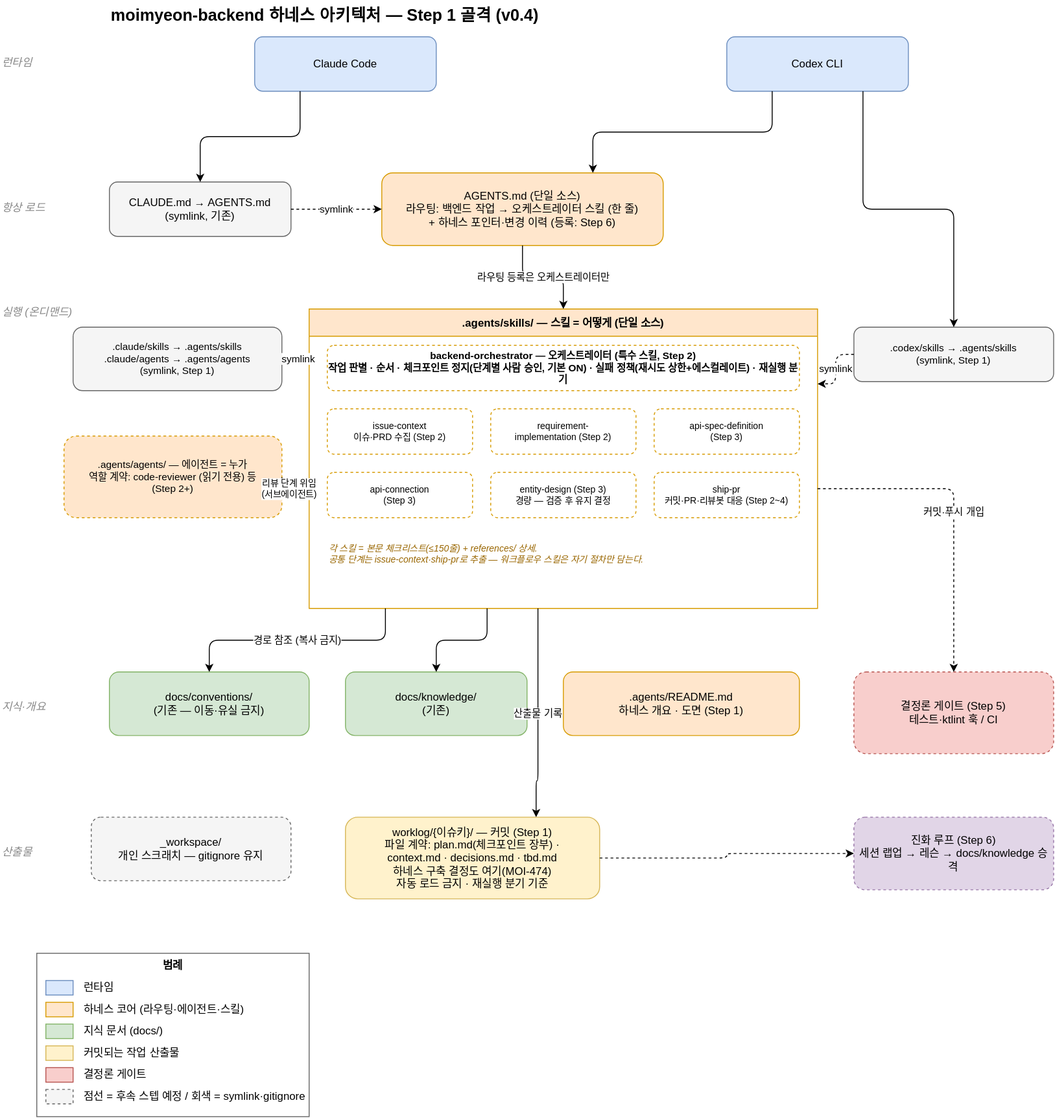
Earlier version of the draw.io export .agents/harness-architecture.drawio.svg (100Thieves-team/moimyeon-backend). Source tidied: cells renumbered, new cells last; positions are measured from the earlier drawing's top-left corner, leaving out a move shared by most shapes.
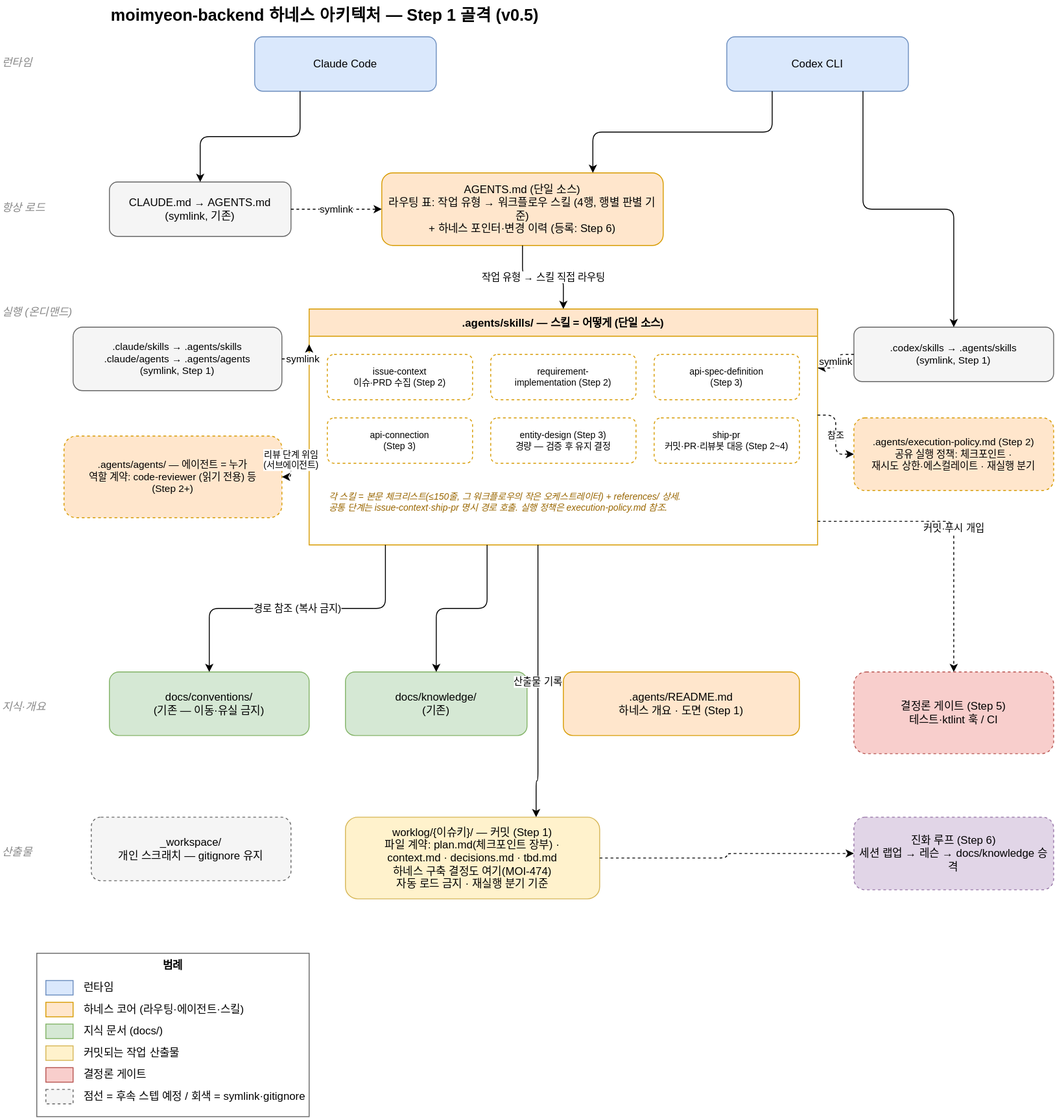
The same file after the commit.

Commit message:
chore(harness): 골격 설계 검증과 결정 기록 보강 (MOI-474)

The edit, as a diff of the source:
```diff
@@ -2,7 +2,7 @@
   <root>
     <mxCell id="0" />
     <mxCell id="1" parent="0" />
-    <mxCell id="2" value="moimyeon-backend 하네스 아키텍처 — Step 1 골격 (v0.4)" style="text;html=1;align=left;fontSize=18;fontStyle=1;" parent="1" vertex="1">
+    <mxCell id="2" value="moimyeon-backend 하네스 아키텍처 — Step 1 골격 (v0.5)" style="text;html=1;align=left;fontSize=18;fontStyle=1;" parent="1" vertex="1">
       <mxGeometry x="120" width="620" height="30" as="geometry" />
     </mxCell>
     <mxCell id="3" value="런타임" style="text;html=1;align=left;fontStyle=2;fontColor=#888888;" parent="1" vertex="1">
@@ -29,7 +29,7 @@
     <mxCell id="10" value="CLAUDE.md → AGENTS.md&#10;(symlink, 기존)" style="rounded=1;whiteSpace=wrap;html=1;fillColor=#f5f5f5;strokeColor=#666666;" parent="1" vertex="1">
       <mxGeometry x="120" y="200" width="200" height="60" as="geometry" />
     </mxCell>
-    <mxCell id="11" value="AGENTS.md (단일 소스)&#10;라우팅: 백엔드 작업 → 오케스트레이터 스킬 (한 줄)&#10;+ 하네스 포인터·변경 이력 (등록: Step 6)" style="rounded=1;whiteSpace=wrap;html=1;fillColor=#ffe6cc;strokeColor=#d79b00;" parent="1" vertex="1">
+    <mxCell id="11" value="AGENTS.md (단일 소스)&#10;라우팅 표: 작업 유형 → 워크플로우 스킬 (4행, 행별 판별 기준)&#10;+ 하네스 포인터·변경 이력 (등록: Step 6)" style="rounded=1;whiteSpace=wrap;html=1;fillColor=#ffe6cc;strokeColor=#d79b00;" parent="1" vertex="1">
       <mxGeometry x="420" y="190" width="310" height="80" as="geometry" />
     </mxCell>
     <mxCell id="12" value=".claude/skills → .agents/skills&#10;.claude/agents → .agents/agents&#10;(symlink, Step 1)" style="rounded=1;whiteSpace=wrap;html=1;fillColor=#f5f5f5;strokeColor=#666666;fontSize=11;" parent="1" vertex="1">
@@ -39,32 +39,35 @@
       <mxGeometry x="940" y="360" width="220" height="60" as="geometry" />
     </mxCell>
     <mxCell id="14" value=".agents/skills/ — 스킬 = 어떻게 (단일 소스)" style="swimlane;startSize=30;fillColor=#ffe6cc;strokeColor=#d79b00;" parent="1" vertex="1">
-      <mxGeometry x="340" y="340" width="560" height="330" as="geometry" />
+      <mxGeometry x="340" y="340" width="560" height="260" as="geometry" />
     </mxCell>
-    <mxCell id="15" value="backend-orchestrator — 오케스트레이터 (특수 스킬, Step 2)&#10;작업 판별 · 순서 · 체크포인트 정지(단계별 사람 승인, 기본 ON) · 실패 정책(재시도 상한+에스컬레이트) · 재실행 분기" style="rounded=1;whiteSpace=wrap;html=1;fillColor=#ffffff;strokeColor=#d79b00;fontStyle=1;dashed=1;fontSize=11;" parent="14" vertex="1">
-      <mxGeometry x="20" y="40" width="520" height="50" as="geometry" />
-    </mxCell>
     <mxCell id="16" value="issue-context&#10;이슈·PRD 수집 (Step 2)" style="rounded=1;whiteSpace=wrap;html=1;fillColor=#ffffff;strokeColor=#d79b00;dashed=1;fontSize=10;" parent="14" vertex="1">
-      <mxGeometry x="20" y="110" width="160" height="50" as="geometry" />
+      <mxGeometry x="20" y="50" width="160" height="50" as="geometry" />
     </mxCell>
     <mxCell id="17" value="requirement-&#10;implementation (Step 2)" style="rounded=1;whiteSpace=wrap;html=1;fillColor=#ffffff;strokeColor=#d79b00;dashed=1;fontSize=10;" parent="14" vertex="1">
-      <mxGeometry x="200" y="110" width="160" height="50" as="geometry" />
+      <mxGeometry x="200" y="50" width="160" height="50" as="geometry" />
     </mxCell>
     <mxCell id="18" value="api-spec-definition&#10;(Step 3)" style="rounded=1;whiteSpace=wrap;html=1;fillColor=#ffffff;strokeColor=#d79b00;dashed=1;fontSize=10;" parent="14" vertex="1">
-      <mxGeometry x="380" y="110" width="160" height="50" as="geometry" />
+      <mxGeometry x="380" y="50" width="160" height="50" as="geometry" />
     </mxCell>
     <mxCell id="19" value="api-connection&#10;(Step 3)" style="rounded=1;whiteSpace=wrap;html=1;fillColor=#ffffff;strokeColor=#d79b00;dashed=1;fontSize=10;" parent="14" vertex="1">
-      <mxGeometry x="20" y="180" width="160" height="50" as="geometry" />
+      <mxGeometry x="20" y="120" width="160" height="50" as="geometry" />
     </mxCell>
     <mxCell id="20" value="entity-design (Step 3)&#10;경량 — 검증 후 유지 결정" style="rounded=1;whiteSpace=wrap;html=1;fillColor=#ffffff;strokeColor=#d79b00;dashed=1;fontSize=10;" parent="14" vertex="1">
-      <mxGeometry x="200" y="180" width="160" height="50" as="geometry" />
+      <mxGeometry x="200" y="120" width="160" height="50" as="geometry" />
     </mxCell>
     <mxCell id="21" value="ship-pr&#10;커밋·PR·리뷰봇 대응 (Step 2~4)" style="rounded=1;whiteSpace=wrap;html=1;fillColor=#ffffff;strokeColor=#d79b00;dashed=1;fontSize=10;" parent="14" vertex="1">
-      <mxGeometry x="380" y="180" width="160" height="50" as="geometry" />
+      <mxGeometry x="380" y="120" width="160" height="50" as="geometry" />
     </mxCell>
-    <mxCell id="22" value="각 스킬 = 본문 체크리스트(≤150줄) + references/ 상세.&#10;공통 단계는 issue-context·ship-pr로 추출 — 워크플로우 스킬은 자기 절차만 담는다." style="text;html=1;align=left;verticalAlign=middle;fontSize=10;fontStyle=2;fontColor=#996600;" parent="14" vertex="1">
-      <mxGeometry x="20" y="250" width="520" height="40" as="geometry" />
+    <mxCell id="22" value="각 스킬 = 본문 체크리스트(≤150줄, 그 워크플로우의 작은 오케스트레이터) + references/ 상세.&#10;공통 단계는 issue-context·ship-pr 명시 경로 호출. 실행 정책은 execution-policy.md 참조." style="text;html=1;align=left;verticalAlign=middle;fontSize=10;fontStyle=2;fontColor=#996600;" parent="14" vertex="1">
+      <mxGeometry x="20" y="185" width="520" height="55" as="geometry" />
     </mxCell>
+    <mxCell id="57" value=".agents/execution-policy.md (Step 2)&#10;공유 실행 정책: 체크포인트 ·&#10;재시도 상한·에스컬레이트 · 재실행 분기" style="rounded=1;whiteSpace=wrap;html=1;fillColor=#ffe6cc;strokeColor=#d79b00;dashed=1;fontSize=11;" parent="1" vertex="1">
+      <mxGeometry x="940" y="460" width="220" height="80" as="geometry" />
+    </mxCell>
+    <mxCell id="58" value="참조" style="edgeStyle=orthogonalEdgeStyle;rounded=1;jettySize=auto;html=1;dashed=1;exitX=1;exitY=0.45;exitDx=0;exitDy=0;entryX=0;entryY=0.5;entryDx=0;entryDy=0;labelBackgroundColor=#ffffff;fontSize=10;" parent="1" edge="1" source="14" target="57">
+      <mxGeometry relative="1" as="geometry" />
+    </mxCell>
     <mxCell id="23" value=".agents/agents/ — 에이전트 = 누가&#10;역할 계약: code-reviewer (읽기 전용) 등&#10;(Step 2+)" style="rounded=1;whiteSpace=wrap;html=1;fillColor=#ffe6cc;strokeColor=#d79b00;dashed=1;fontSize=11;" parent="1" vertex="1">
       <mxGeometry x="70" y="480" width="240" height="90" as="geometry" />
     </mxCell>
@@ -98,7 +101,7 @@
     <mxCell id="33" value="symlink" style="edgeStyle=orthogonalEdgeStyle;rounded=1;jettySize=auto;html=1;dashed=1;exitX=1;exitY=0.5;exitDx=0;exitDy=0;entryX=0;entryY=0.5;entryDx=0;entryDy=0;labelBackgroundColor=#ffffff;fontSize=11;" parent="1" edge="1" source="10" target="11">
       <mxGeometry relative="1" as="geometry" />
     </mxCell>
-    <mxCell id="34" value="라우팅 등록은 오케스트레이터만" style="edgeStyle=orthogonalEdgeStyle;rounded=1;jettySize=auto;html=1;exitX=0.5;exitY=1;exitDx=0;exitDy=0;entryX=0.5;entryY=0;entryDx=0;entryDy=0;labelBackgroundColor=#ffffff;fontSize=11;" parent="1" edge="1" source="11" target="14">
+    <mxCell id="34" value="작업 유형 → 스킬 직접 라우팅" style="edgeStyle=orthogonalEdgeStyle;rounded=1;jettySize=auto;html=1;exitX=0.5;exitY=1;exitDx=0;exitDy=0;entryX=0.5;entryY=0;entryDx=0;entryDy=0;labelBackgroundColor=#ffffff;fontSize=11;" parent="1" edge="1" source="11" target="14">
       <mxGeometry relative="1" as="geometry" />
     </mxCell>
     <mxCell id="35" style="edgeStyle=orthogonalEdgeStyle;rounded=1;jettySize=auto;html=1;exitX=0.75;exitY=1;exitDx=0;exitDy=0;entryX=0.5;entryY=0;entryDx=0;entryDy=0;" parent="1" edge="1" source="9" target="13">
@@ -126,7 +129,7 @@
         </Array>
       </mxGeometry>
     </mxCell>
-    <mxCell id="42" value="커밋·푸시 개입" style="edgeStyle=orthogonalEdgeStyle;rounded=1;jettySize=auto;html=1;dashed=1;exitX=1;exitY=0.6;exitDx=0;exitDy=0;entryX=0.5;entryY=0;entryDx=0;entryDy=0;labelBackgroundColor=#ffffff;fontSize=11;" parent="1" edge="1" source="14" target="27">
+    <mxCell id="42" value="커밋·푸시 개입" style="edgeStyle=orthogonalEdgeStyle;rounded=1;jettySize=auto;html=1;dashed=1;exitX=1;exitY=0.9;exitDx=0;exitDy=0;entryX=0.5;entryY=0;entryDx=0;entryDy=0;labelBackgroundColor=#ffffff;fontSize=11;" parent="1" edge="1" source="14" target="27">
       <mxGeometry relative="1" as="geometry" />
     </mxCell>
     <mxCell id="43" style="edgeStyle=orthogonalEdgeStyle;rounded=1;jettySize=auto;html=1;dashed=1;exitX=1;exitY=0.5;exitDx=0;exitDy=0;entryX=0;entryY=0.5;entryDx=0;entryDy=0;" parent="1" edge="1" source="29" target="30">
```
